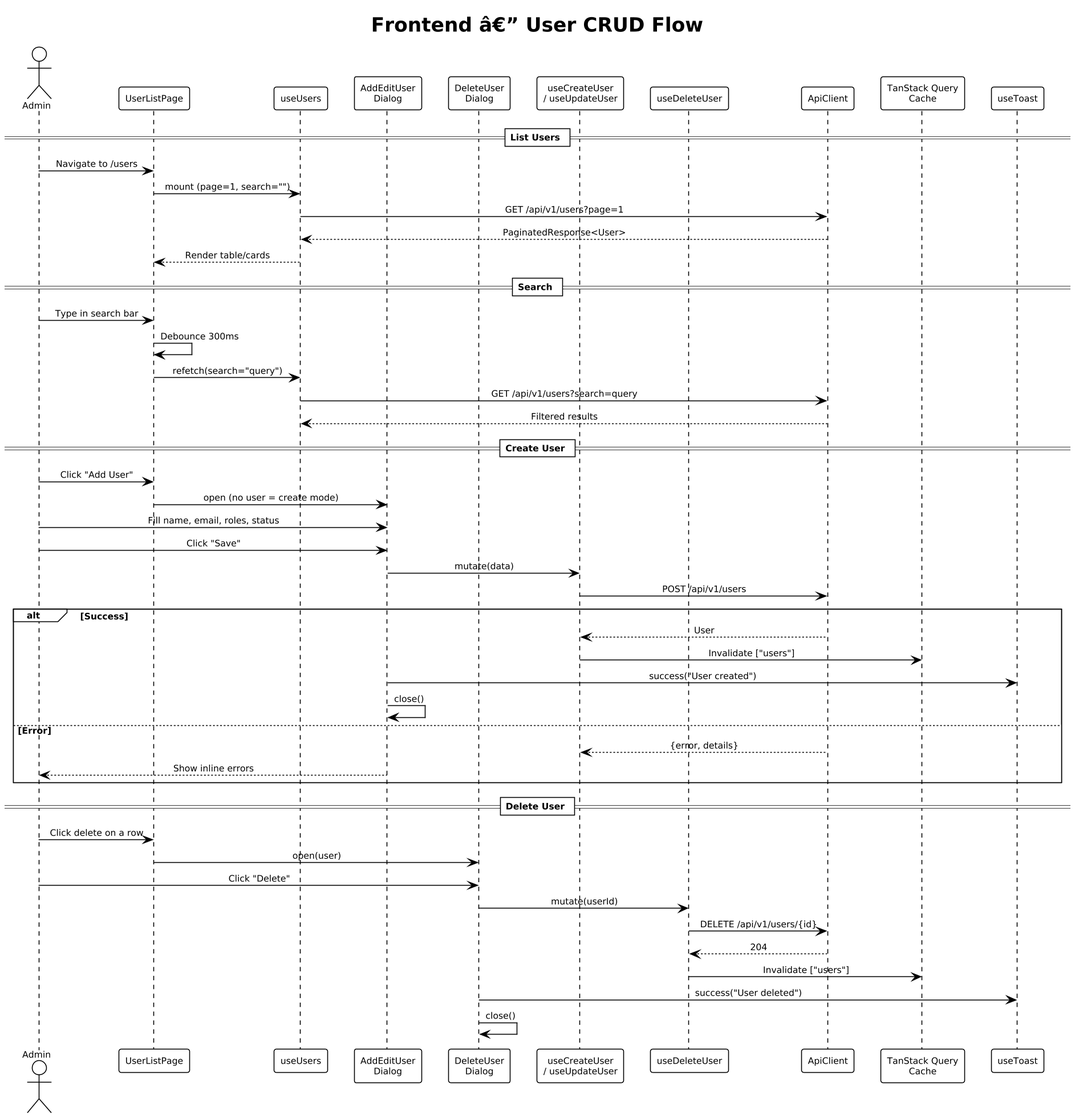
The PlantUML diagram docs/detailed-designs/diagrams/rendered/fe_seq_user_crud.png in QuinntyneBrown/LendQ, before a commit. The source it was exported from:
```plantuml
@startuml
!theme plain
skinparam dpi 150
skinparam defaultFontSize 10
skinparam sequenceMessageAlign center

title Frontend â€” User CRUD Flow

actor Admin
participant "UserListPage" as page
participant "useUsers" as hook
participant "AddEditUser\nDialog" as dialog
participant "DeleteUser\nDialog" as del_dialog
participant "useCreateUser\n/ useUpdateUser" as mut
participant "useDeleteUser" as del_mut
participant "ApiClient" as api
participant "TanStack Query\nCache" as cache
participant "useToast" as toast

== List Users ==
Admin -> page : Navigate to /users
page -> hook : mount (page=1, search="")
hook -> api : GET /api/v1/users?page=1
api --> hook : PaginatedResponse<User>
hook --> page : Render table/cards

== Search ==
Admin -> page : Type in search bar
page -> page : Debounce 300ms
page -> hook : refetch(search="query")
hook -> api : GET /api/v1/users?search=query
api --> hook : Filtered results

== Create User ==
Admin -> page : Click "Add User"
page -> dialog : open (no user = create mode)
Admin -> dialog : Fill name, email, roles, status
Admin -> dialog : Click "Save"
dialog -> mut : mutate(data)
mut -> api : POST /api/v1/users
alt Success
  api --> mut : User
  mut -> cache : Invalidate ["users"]
  dialog -> toast : success("User created")
  dialog -> dialog : close()
else Error
  api --> mut : {error, details}
  dialog --> Admin : Show inline errors
end

== Delete User ==
Admin -> page : Click delete on a row
page -> del_dialog : open(user)
Admin -> del_dialog : Click "Delete"
del_dialog -> del_mut : mutate(userId)
del_mut -> api : DELETE /api/v1/users/{id}
api --> del_mut : 204
del_mut -> cache : Invalidate ["users"]
del_dialog -> toast : success("User deleted")
del_dialog -> del_dialog : close()
@enduml
```
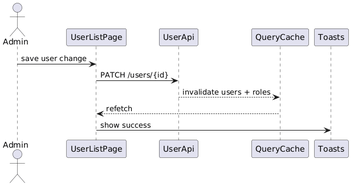
The same file after the commit.

Change to the diagram source:
```diff
@@ -1,61 +1,13 @@
 @startuml
-!theme plain
-skinparam dpi 150
-skinparam defaultFontSize 10
-skinparam sequenceMessageAlign center
+actor Admin
+participant UserListPage
+participant UserApi
+participant QueryCache
+participant Toasts
 
-title Frontend â€” User CRUD Flow
-
-actor Admin
-participant "UserListPage" as page
-participant "useUsers" as hook
-participant "AddEditUser\nDialog" as dialog
-participant "DeleteUser\nDialog" as del_dialog
-participant "useCreateUser\n/ useUpdateUser" as mut
-participant "useDeleteUser" as del_mut
-participant "ApiClient" as api
-participant "TanStack Query\nCache" as cache
-participant "useToast" as toast
-
-== List Users ==
-Admin -> page : Navigate to /users
-page -> hook : mount (page=1, search="")
-hook -> api : GET /api/v1/users?page=1
-api --> hook : PaginatedResponse<User>
-hook --> page : Render table/cards
-
-== Search ==
-Admin -> page : Type in search bar
-page -> page : Debounce 300ms
-page -> hook : refetch(search="query")
-hook -> api : GET /api/v1/users?search=query
-api --> hook : Filtered results
-
-== Create User ==
-Admin -> page : Click "Add User"
-page -> dialog : open (no user = create mode)
-Admin -> dialog : Fill name, email, roles, status
-Admin -> dialog : Click "Save"
-dialog -> mut : mutate(data)
-mut -> api : POST /api/v1/users
-alt Success
-  api --> mut : User
-  mut -> cache : Invalidate ["users"]
-  dialog -> toast : success("User created")
-  dialog -> dialog : close()
-else Error
-  api --> mut : {error, details}
-  dialog --> Admin : Show inline errors
-end
-
-== Delete User ==
-Admin -> page : Click delete on a row
-page -> del_dialog : open(user)
-Admin -> del_dialog : Click "Delete"
-del_dialog -> del_mut : mutate(userId)
-del_mut -> api : DELETE /api/v1/users/{id}
-api --> del_mut : 204
-del_mut -> cache : Invalidate ["users"]
-del_dialog -> toast : success("User deleted")
-del_dialog -> del_dialog : close()
+Admin -> UserListPage : save user change
+UserListPage -> UserApi : PATCH /users/{id}
+UserApi --> QueryCache : invalidate users + roles
+QueryCache --> UserListPage : refetch
+UserListPage -> Toasts : show success
 @enduml
```
